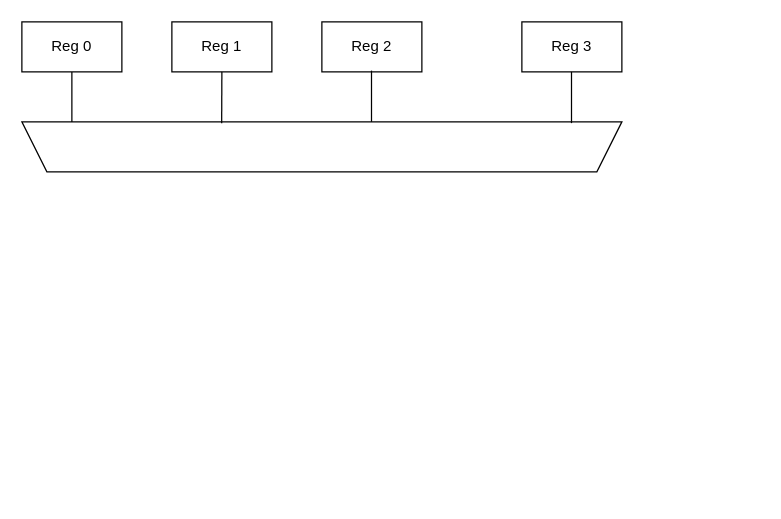
Before: Untitled Diagram.drawio in raghunadh-111/nibbler-cpu-sv, a draw.io diagram. Source tidied: cells renumbered, new cells numbered last; positions are measured from the earlier drawing's top-left corner, leaving out a move shared by most shapes. Both pictures are drawn from the tidied source at 125%, with x=0, y=0 at pixel (21, 21).
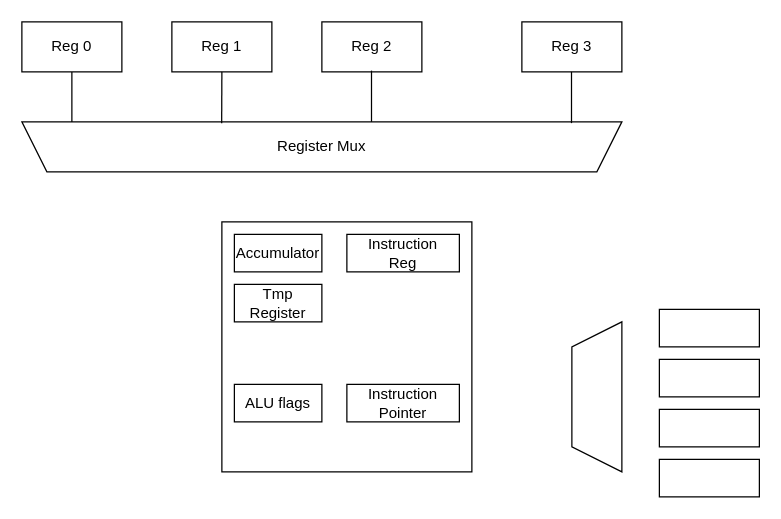
The same diagram, later.

The edit, as a diff of the source:
```diff
@@
-    <mxCell id="6" style="shape=trapezoid;perimeter=trapezoidPerimeter;whiteSpace=wrap;html=1;fixedSize=1;direction=west;" parent="1" vertex="1">
+    <mxCell id="6" value="Register Mux" style="shape=trapezoid;perimeter=trapezoidPerimeter;whiteSpace=wrap;html=1;fixedSize=1;direction=west;" parent="1" vertex="1">
       <mxGeometry y="80" width="480" height="40" as="geometry" />
     </mxCell>
@@
+    <mxCell id="11" style="whiteSpace=wrap;html=1;" parent="1" vertex="1">
+      <mxGeometry x="160" y="160" width="200" height="200" as="geometry" />
+    </mxCell>
+    <mxCell id="12" value="Accumulator" style="rounded=0;whiteSpace=wrap;html=1;" parent="1" vertex="1">
+      <mxGeometry x="170" y="170" width="70" height="30" as="geometry" />
+    </mxCell>
+    <mxCell id="13" value="Tmp Register" style="rounded=0;whiteSpace=wrap;html=1;" parent="1" vertex="1">
+      <mxGeometry x="170" y="210" width="70" height="30" as="geometry" />
+    </mxCell>
+    <mxCell id="14" value="ALU flags" style="rounded=0;whiteSpace=wrap;html=1;" parent="1" vertex="1">
+      <mxGeometry x="170" y="290" width="70" height="30" as="geometry" />
+    </mxCell>
+    <mxCell id="15" value="Instruction&lt;div&gt;Reg&lt;/div&gt;" style="rounded=0;whiteSpace=wrap;html=1;" parent="1" vertex="1">
+      <mxGeometry x="260" y="170" width="90" height="30" as="geometry" />
+    </mxCell>
+    <mxCell id="16" value="Instruction Pointer" style="rounded=0;whiteSpace=wrap;html=1;" parent="1" vertex="1">
+      <mxGeometry x="260" y="290" width="90" height="30" as="geometry" />
+    </mxCell>
+    <mxCell id="17" style="shape=trapezoid;perimeter=trapezoidPerimeter;whiteSpace=wrap;html=1;fixedSize=1;direction=north;" parent="1" vertex="1">
+      <mxGeometry x="440" y="240" width="40" height="120" as="geometry" />
+    </mxCell>
+    <mxCell id="18" style="rounded=0;whiteSpace=wrap;html=1;" parent="1" vertex="1">
+      <mxGeometry x="510" y="230" width="80" height="30" as="geometry" />
+    </mxCell>
+    <mxCell id="19" style="rounded=0;whiteSpace=wrap;html=1;" parent="1" vertex="1">
+      <mxGeometry x="510" y="270" width="80" height="30" as="geometry" />
+    </mxCell>
+    <mxCell id="20" style="rounded=0;whiteSpace=wrap;html=1;" parent="1" vertex="1">
+      <mxGeometry x="510" y="310" width="80" height="30" as="geometry" />
+    </mxCell>
+    <mxCell id="21" style="rounded=0;whiteSpace=wrap;html=1;" parent="1" vertex="1">
+      <mxGeometry x="510" y="350" width="80" height="30" as="geometry" />
+    </mxCell>
```
